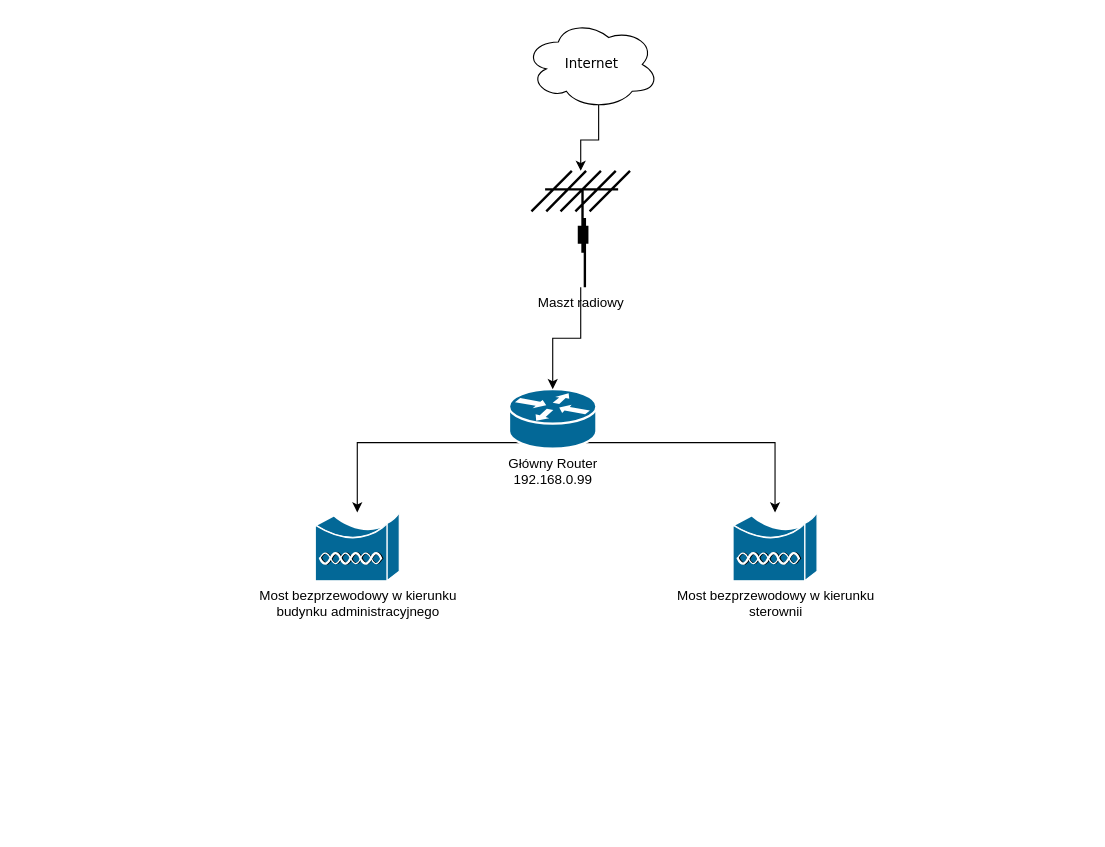
Before: Untitled Diagram.drawio in chrzanekz/SysAdmin, a draw.io diagram. Source tidied: cells renumbered, new cells numbered last; positions are measured from the earlier drawing's top-left corner, leaving out a move shared by most shapes. Both pictures are drawn from the tidied source at 112%, with x=0, y=0 at pixel (315, 19).
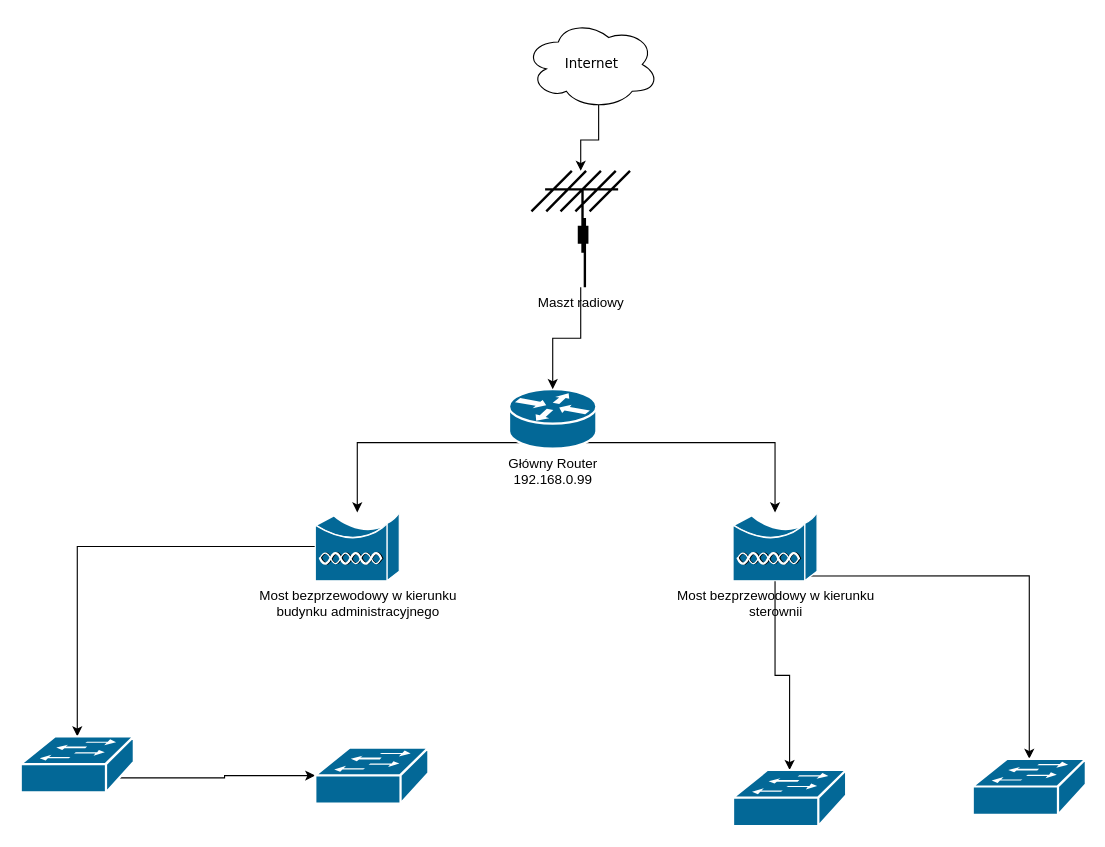
Above is the later version.

The edit, as a diff of the source:
```diff
@@
 <mxGraphModel>
   <root>
     <mxCell id="0" />
     <mxCell id="1" parent="0" />
     <mxCell id="2" style="edgeStyle=orthogonalEdgeStyle;rounded=0;jettySize=auto;html=1;exitX=0.55;exitY=0.95;exitDx=0;exitDy=0;exitPerimeter=0;" parent="1" edge="1" source="3" target="8">
       <mxGeometry relative="1" as="geometry" />
     </mxCell>
     <mxCell id="3" value="Internet" style="ellipse;shape=cloud;whiteSpace=wrap;html=1;rounded=0;shadow=0;comic=0;strokeWidth=1;fontFamily=Verdana;fontSize=12;" parent="1" vertex="1">
       <mxGeometry x="187" width="120" height="80" as="geometry" />
     </mxCell>
     <mxCell id="4" style="edgeStyle=orthogonalEdgeStyle;rounded=0;jettySize=auto;html=1;exitX=0.12;exitY=0.9;exitDx=0;exitDy=0;exitPerimeter=0;" parent="1" edge="1" source="6" target="9">
       <mxGeometry relative="1" as="geometry" />
     </mxCell>
     <mxCell id="5" style="edgeStyle=orthogonalEdgeStyle;rounded=0;jettySize=auto;html=1;exitX=0.88;exitY=0.9;exitDx=0;exitDy=0;exitPerimeter=0;" parent="1" edge="1" source="6" target="10">
       <mxGeometry relative="1" as="geometry" />
     </mxCell>
     <mxCell id="6" value="Główny Router&lt;br&gt;192.168.0.99" style="shape=mxgraph.cisco.routers.router;sketch=0;html=1;dashed=0;fillColor=#036897;strokeColor=#ffffff;strokeWidth=2;verticalLabelPosition=bottom;verticalAlign=top;align=center;outlineConnect=0;" parent="1" vertex="1">
       <mxGeometry x="173" y="330" width="78" height="53" as="geometry" />
     </mxCell>
     <mxCell id="7" style="edgeStyle=orthogonalEdgeStyle;rounded=0;jettySize=auto;html=1;" parent="1" edge="1" source="8" target="6">
       <mxGeometry relative="1" as="geometry" />
     </mxCell>
     <mxCell id="8" value="Maszt radiowy&lt;br&gt;" style="shape=mxgraph.cisco.wireless.antenna;sketch=0;html=1;dashed=0;fillColor=#036897;strokeColor=#ffffff;strokeWidth=2;verticalLabelPosition=bottom;verticalAlign=top;align=center;outlineConnect=0;" parent="1" vertex="1">
       <mxGeometry x="193" y="135" width="88" height="104" as="geometry" />
     </mxCell>
+    <mxCell id="11" style="edgeStyle=orthogonalEdgeStyle;rounded=0;jettySize=auto;html=1;exitX=0;exitY=0.5;exitDx=0;exitDy=0;exitPerimeter=0;" parent="1" edge="1" source="9" target="15">
+      <mxGeometry relative="1" as="geometry" />
+    </mxCell>
     <mxCell id="9" value="Most bezprzewodowy w kierunku&lt;br&gt;budynku administracyjnego" style="shape=mxgraph.cisco.wireless.wireless_bridge;sketch=0;html=1;dashed=0;fillColor=#036897;strokeColor=#ffffff;strokeWidth=2;verticalLabelPosition=bottom;verticalAlign=top;align=center;outlineConnect=0;" parent="1" vertex="1">
       <mxGeometry y="440" width="75" height="61" as="geometry" />
     </mxCell>
+    <mxCell id="12" style="edgeStyle=orthogonalEdgeStyle;rounded=0;jettySize=auto;html=1;exitX=0.5;exitY=1;exitDx=0;exitDy=0;exitPerimeter=0;" parent="1" edge="1" source="10" target="17">
+      <mxGeometry relative="1" as="geometry" />
+    </mxCell>
+    <mxCell id="13" style="edgeStyle=orthogonalEdgeStyle;rounded=0;jettySize=auto;html=1;exitX=0.93;exitY=0.93;exitDx=0;exitDy=0;exitPerimeter=0;" parent="1" edge="1" source="10" target="18">
+      <mxGeometry relative="1" as="geometry" />
+    </mxCell>
     <mxCell id="10" value="Most bezprzewodowy w kierunku&lt;br&gt;sterownii" style="shape=mxgraph.cisco.wireless.wireless_bridge;sketch=0;html=1;dashed=0;fillColor=#036897;strokeColor=#ffffff;strokeWidth=2;verticalLabelPosition=bottom;verticalAlign=top;align=center;outlineConnect=0;" parent="1" vertex="1">
       <mxGeometry x="373" y="440" width="75" height="61" as="geometry" />
     </mxCell>
+    <mxCell id="14" style="edgeStyle=orthogonalEdgeStyle;rounded=0;jettySize=auto;html=1;exitX=0.87;exitY=0.74;exitDx=0;exitDy=0;exitPerimeter=0;" parent="1" edge="1" source="15" target="16">
+      <mxGeometry relative="1" as="geometry" />
+    </mxCell>
+    <mxCell id="15" style="shape=mxgraph.cisco.switches.workgroup_switch;sketch=0;html=1;dashed=0;fillColor=#036897;strokeColor=#ffffff;strokeWidth=2;verticalLabelPosition=bottom;verticalAlign=top;align=center;outlineConnect=0;" parent="1" vertex="1">
+      <mxGeometry x="-263" y="640" width="101" height="50" as="geometry" />
+    </mxCell>
+    <mxCell id="16" style="shape=mxgraph.cisco.switches.workgroup_switch;sketch=0;html=1;dashed=0;fillColor=#036897;strokeColor=#ffffff;strokeWidth=2;verticalLabelPosition=bottom;verticalAlign=top;align=center;outlineConnect=0;" parent="1" vertex="1">
+      <mxGeometry y="650" width="101" height="50" as="geometry" />
+    </mxCell>
+    <mxCell id="17" style="shape=mxgraph.cisco.switches.workgroup_switch;sketch=0;html=1;dashed=0;fillColor=#036897;strokeColor=#ffffff;strokeWidth=2;verticalLabelPosition=bottom;verticalAlign=top;align=center;outlineConnect=0;" parent="1" vertex="1">
+      <mxGeometry x="373" y="670" width="101" height="50" as="geometry" />
+    </mxCell>
+    <mxCell id="18" style="shape=mxgraph.cisco.switches.workgroup_switch;sketch=0;html=1;dashed=0;fillColor=#036897;strokeColor=#ffffff;strokeWidth=2;verticalLabelPosition=bottom;verticalAlign=top;align=center;outlineConnect=0;" parent="1" vertex="1">
+      <mxGeometry x="587" y="660" width="101" height="50" as="geometry" />
+    </mxCell>
   </root>
 </mxGraphModel>
```
